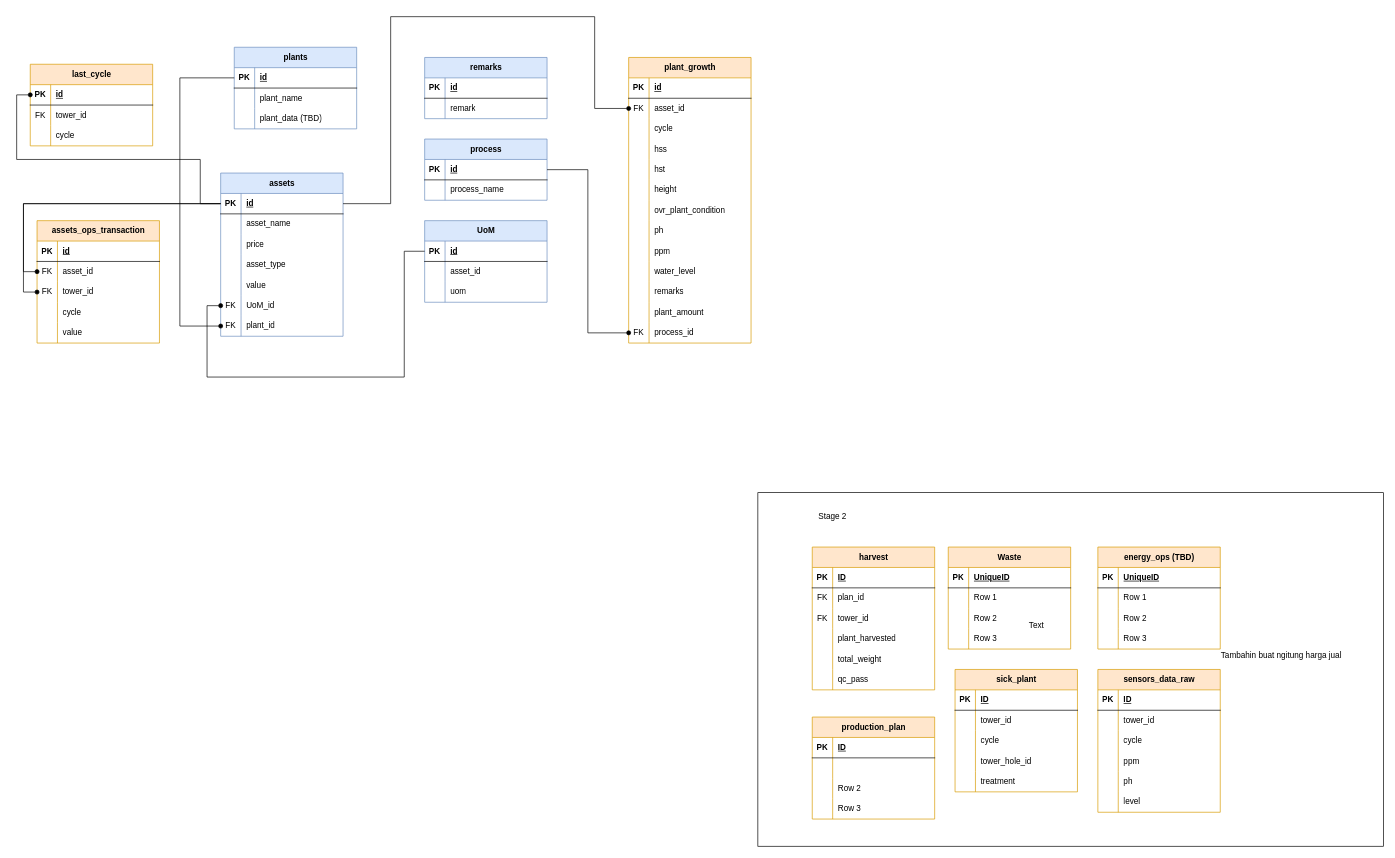
EputraP/hydroponic-project-be keeps this draw.io diagram as ERD.drawio.xml. Above is the earlier version. Source tidied: cells renumbered, new cells numbered last; positions are measured from the earlier drawing's top-left corner, leaving out a move shared by most shapes. Both pictures are drawn from the tidied source at 68%, with x=0, y=0 at pixel (16, 16).
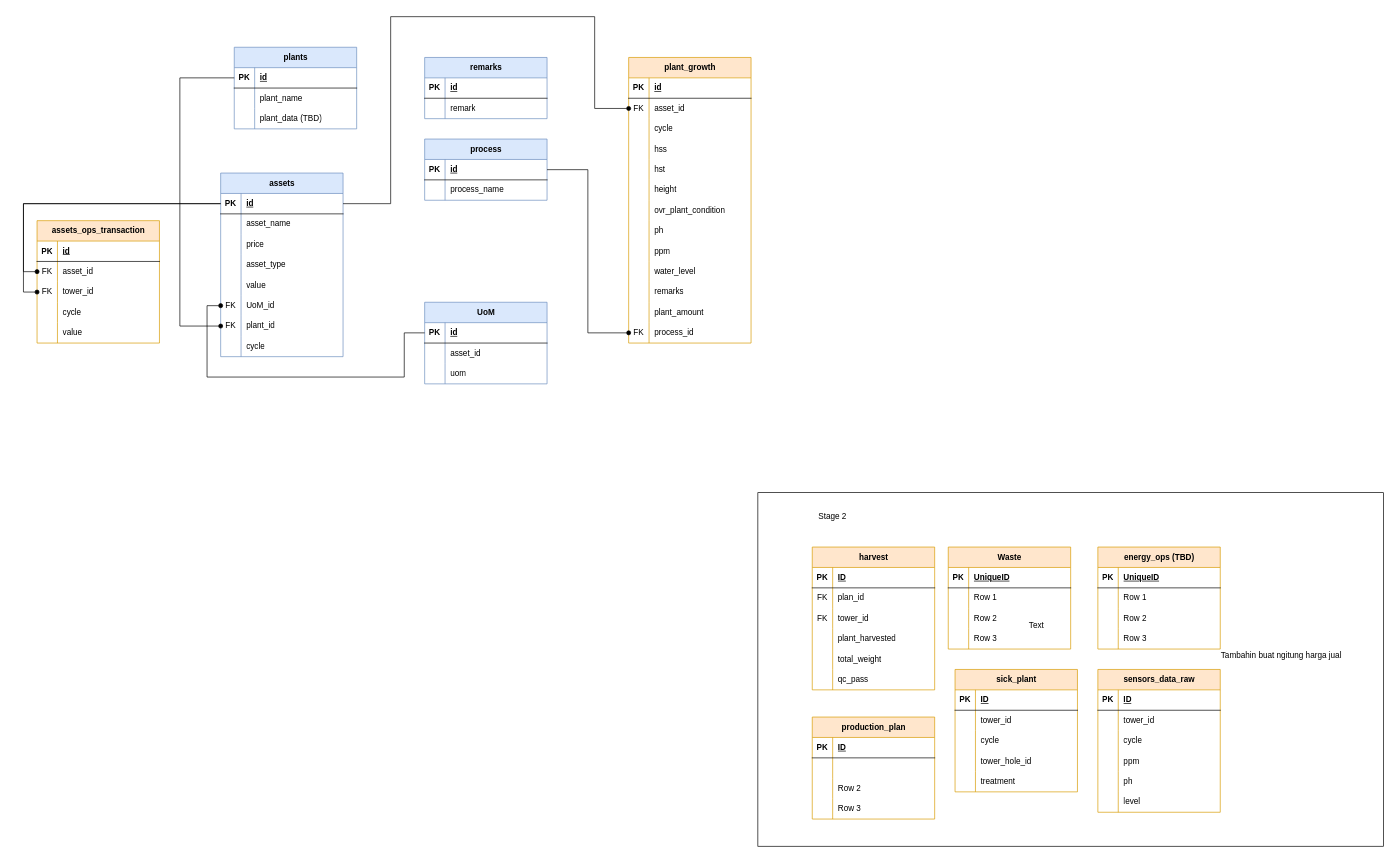
After the change.

Unchanged cells that the change refers to:
```xml
<mxCell id="40" style="shape=tableRow;horizontal=0;startSize=0;swimlaneHead=0;swimlaneBody=0;fillColor=none;points=[[0,0.5],[1,0.5]];portConstraint=eastwest;top=0;left=0;right=0;bottom=1;" parent="39" vertex="1">
  <mxGeometry y="30" width="180" height="30" as="geometry" />
</mxCell>
<mxCell id="76" style="shape=tableRow;horizontal=0;startSize=0;swimlaneHead=0;swimlaneBody=0;fillColor=none;points=[[0,0.5],[1,0.5]];portConstraint=eastwest;top=0;left=0;right=0;bottom=1;" parent="75" vertex="1">
  <mxGeometry y="30" width="180" height="30" as="geometry" />
</mxCell>
<mxCell id="91" style="shape=tableRow;horizontal=0;startSize=0;swimlaneHead=0;swimlaneBody=0;fillColor=none;points=[[0,0.5],[1,0.5]];portConstraint=eastwest;top=0;left=0;right=0;bottom=0;" parent="75" vertex="1">
  <mxGeometry y="180" width="180" height="30" as="geometry" />
</mxCell>
```

What changed in the source:
```diff
@@
-    <mxCell id="10" value="last_cycle" style="shape=table;startSize=30;childLayout=tableLayout;rowLines=0;fontStyle=1;align=center;html=1;fillColor=#ffe6cc;strokeColor=#d79b00;" parent="1" vertex="1">
-      <mxGeometry x="20" y="70" width="180" height="120" as="geometry" />
-    </mxCell>
-    <mxCell id="11" style="shape=tableRow;horizontal=0;startSize=0;swimlaneHead=0;swimlaneBody=0;fillColor=none;points=[[0,0.5],[1,0.5]];portConstraint=eastwest;top=0;left=0;right=0;bottom=1;" parent="10" vertex="1">
-      <mxGeometry y="30" width="180" height="30" as="geometry" />
-    </mxCell>
-    <mxCell id="12" value="PK" style="shape=partialRectangle;fillColor=none;top=0;left=0;bottom=0;right=0;fontStyle=1;overflow=hidden;whiteSpace=wrap;html=1;" parent="11" vertex="1">
-      <mxGeometry width="30" height="30" as="geometry" />
-    </mxCell>
-    <mxCell id="13" value="id" style="shape=partialRectangle;fillColor=none;top=0;left=0;bottom=0;right=0;align=left;spacingLeft=6;fontStyle=5;overflow=hidden;whiteSpace=wrap;html=1;" parent="11" vertex="1">
-      <mxGeometry x="30" width="150" height="30" as="geometry" />
-    </mxCell>
-    <mxCell id="14" style="shape=tableRow;horizontal=0;startSize=0;swimlaneHead=0;swimlaneBody=0;fillColor=none;top=0;left=0;right=0;bottom=0;" parent="10" vertex="1">
-      <mxGeometry y="60" width="180" height="30" as="geometry" />
-    </mxCell>
-    <mxCell id="15" value="FK" style="shape=partialRectangle;fillColor=none;top=0;left=0;bottom=0;right=0;overflow=hidden;whiteSpace=wrap;html=1;" parent="14" vertex="1">
-      <mxGeometry width="30" height="30" as="geometry" />
-    </mxCell>
-    <mxCell id="16" value="tower_id" style="shape=partialRectangle;fillColor=none;top=0;left=0;bottom=0;right=0;align=left;spacingLeft=6;overflow=hidden;whiteSpace=wrap;html=1;" parent="14" vertex="1">
-      <mxGeometry x="30" width="150" height="30" as="geometry" />
-    </mxCell>
-    <mxCell id="17" style="shape=tableRow;horizontal=0;startSize=0;swimlaneHead=0;swimlaneBody=0;fillColor=none;top=0;left=0;right=0;bottom=0;" parent="10" vertex="1">
-      <mxGeometry y="90" width="180" height="30" as="geometry" />
-    </mxCell>
-    <mxCell id="18" style="shape=partialRectangle;fillColor=none;top=0;left=0;bottom=0;right=0;overflow=hidden;whiteSpace=wrap;html=1;" parent="17" vertex="1">
-      <mxGeometry width="30" height="30" as="geometry" />
-    </mxCell>
-    <mxCell id="19" value="cycle" style="shape=partialRectangle;fillColor=none;top=0;left=0;bottom=0;right=0;align=left;spacingLeft=6;overflow=hidden;whiteSpace=wrap;html=1;" parent="17" vertex="1">
-      <mxGeometry x="30" width="150" height="30" as="geometry" />
-    </mxCell>
@@
     <mxCell id="39" value="UoM" style="shape=table;startSize=30;childLayout=tableLayout;rowLines=0;fontStyle=1;align=center;html=1;fillColor=#dae8fc;strokeColor=#6c8ebf;" parent="1" vertex="1">
-      <mxGeometry x="600" y="300" width="180" height="120" as="geometry" />
+      <mxGeometry x="600" y="420" width="180" height="120" as="geometry" />
     </mxCell>
@@
     <mxCell id="75" value="assets" style="shape=table;startSize=30;childLayout=tableLayout;rowLines=0;fontStyle=1;align=center;html=1;fillColor=#dae8fc;strokeColor=#6c8ebf;" parent="1" vertex="1">
-      <mxGeometry x="300" y="230" width="180" height="240" as="geometry" />
+      <mxGeometry x="300" y="230" width="180" height="270" as="geometry" />
     </mxCell>
@@
+    <mxCell id="228" style="shape=tableRow;horizontal=0;startSize=0;swimlaneHead=0;swimlaneBody=0;fillColor=none;top=0;left=0;right=0;bottom=0;" parent="75" vertex="1">
+      <mxGeometry y="240" width="180" height="30" as="geometry" />
+    </mxCell>
+    <mxCell id="18" style="shape=partialRectangle;fillColor=none;top=0;left=0;bottom=0;right=0;overflow=hidden;whiteSpace=wrap;html=1;" parent="228" vertex="1">
+      <mxGeometry width="30" height="30" as="geometry" />
+    </mxCell>
+    <mxCell id="19" value="cycle" style="shape=partialRectangle;fillColor=none;top=0;left=0;bottom=0;right=0;align=left;spacingLeft=6;overflow=hidden;whiteSpace=wrap;html=1;" parent="228" vertex="1">
+      <mxGeometry x="30" width="150" height="30" as="geometry" />
+    </mxCell>
@@
-    <mxCell id="181" style="edgeStyle=orthogonalEdgeStyle;rounded=0;jettySize=auto;html=1;entryX=0;entryY=0.5;entryDx=0;entryDy=0;endArrow=oval;endFill=1;" parent="1" edge="1" source="76" target="11">
-      <mxGeometry relative="1" as="geometry">
-        <Array as="points">
-          <mxPoint x="270" y="275" />
-          <mxPoint x="270" y="210" />
-          <mxPoint y="210" />
-          <mxPoint y="115" />
-        </Array>
-      </mxGeometry>
-    </mxCell>
@@
     <mxCell id="224" style="edgeStyle=orthogonalEdgeStyle;rounded=0;jettySize=auto;html=1;entryX=0;entryY=0.5;entryDx=0;entryDy=0;endArrow=oval;endFill=1;" parent="1" edge="1" source="40" target="91">
       <mxGeometry relative="1" as="geometry">
         <Array as="points">
-          <mxPoint x="570" y="345" />
+          <mxPoint x="570" y="465" />
           <mxPoint x="570" y="530" />
           <mxPoint x="280" y="530" />
           <mxPoint x="280" y="425" />
         </Array>
       </mxGeometry>
     </mxCell>
```
